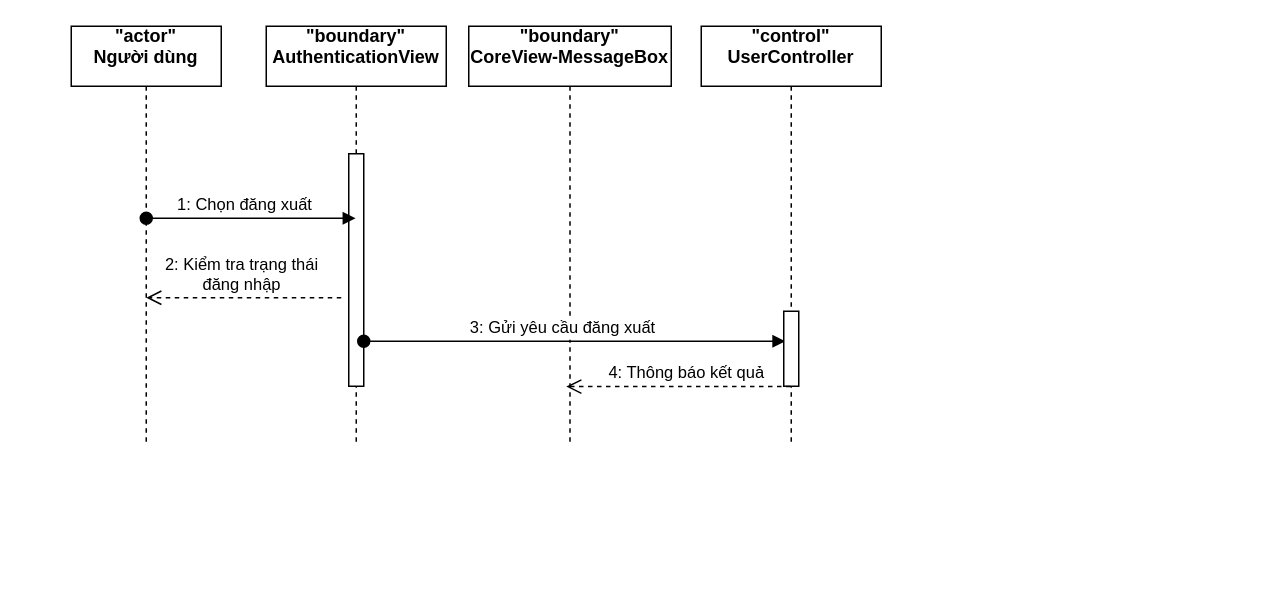
The draw.io diagram Untitled Diagram.drawio in Thanh0803/ns3-project, before the edit. Source tidied: cells renumbered, new cells numbered last; positions are measured from the earlier drawing's top-left corner, leaving out a move shared by most shapes. Both pictures are drawn from the tidied source at 150%, with x=0, y=0 at pixel (70, 26).
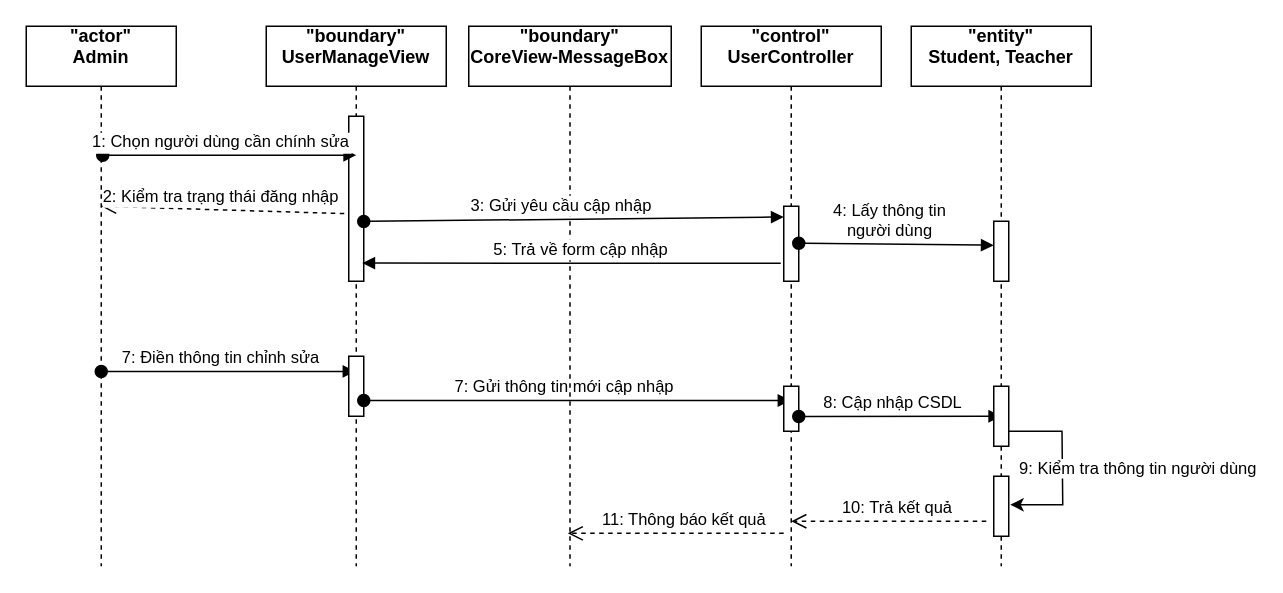
The same page after the edit.

Commit message:
ching sua nguoi dung.drawio

The edit, as a diff of the source:
```diff
@@
-    <mxCell id="2" value="&quot;actor&quot;&#10;Người dùng&#10;" style="shape=umlLifeline;perimeter=lifelinePerimeter;rounded=0;shadow=0;strokeWidth=1;fontStyle=1;" parent="1" vertex="1">
-      <mxGeometry width="100" height="280" as="geometry" />
+    <mxCell id="2" value="&quot;actor&quot;&#10;Admin&#10;" style="shape=umlLifeline;perimeter=lifelinePerimeter;rounded=0;shadow=0;strokeWidth=1;fontStyle=1;" parent="1" vertex="1">
+      <mxGeometry x="-30" width="100" height="360" as="geometry" />
     </mxCell>
+    <mxCell id="11" value="2: Kiểm tra trạng thái đăng nhập" style="verticalAlign=bottom;endArrow=open;dashed=1;endSize=8;shadow=0;strokeWidth=1;exitX=-0.3;exitY=0.59;exitDx=0;exitDy=0;exitPerimeter=0;" parent="2" edge="1" source="4">
+      <mxGeometry x="0.01" relative="1" as="geometry">
+        <mxPoint x="50" y="120" as="targetPoint" />
+      </mxGeometry>
+    </mxCell>
+    <mxCell id="12" value="7: Điền thông tin chỉnh sửa" style="verticalAlign=bottom;startArrow=oval;endArrow=block;startSize=8;shadow=0;strokeWidth=1;exitX=0.49;exitY=0.269;exitDx=0;exitDy=0;exitPerimeter=0;" parent="2" edge="1" target="3">
+      <mxGeometry x="-0.06" relative="1" as="geometry">
+        <mxPoint x="50" y="230.1" as="sourcePoint" />
+      </mxGeometry>
+    </mxCell>
-    <mxCell id="3" value="&quot;boundary&quot;&#10;AuthenticationView&#10;" style="shape=umlLifeline;perimeter=lifelinePerimeter;rounded=0;shadow=0;strokeWidth=1;fontStyle=1;" parent="1" vertex="1">
-      <mxGeometry x="130" width="120" height="280" as="geometry" />
+    <mxCell id="3" value="&quot;boundary&quot;&#10;UserManageView&#10;" style="shape=umlLifeline;perimeter=lifelinePerimeter;rounded=0;shadow=0;strokeWidth=1;fontStyle=1;" parent="1" vertex="1">
+      <mxGeometry x="130" width="120" height="360" as="geometry" />
     </mxCell>
     <mxCell id="4" style="points=[];perimeter=orthogonalPerimeter;rounded=0;shadow=0;strokeWidth=1;" parent="3" vertex="1">
-      <mxGeometry x="55" y="85" width="10" height="155" as="geometry" />
+      <mxGeometry x="55" y="60" width="10" height="110" as="geometry" />
     </mxCell>
+    <mxCell id="13" style="perimeter=orthogonalPerimeter;rounded=0;shadow=0;strokeWidth=1;" parent="3" vertex="1">
+      <mxGeometry x="55" y="220" width="10" height="40" as="geometry" />
+    </mxCell>
+    <mxCell id="14" value="7: Gửi thông tin mới cập nhập" style="verticalAlign=bottom;startArrow=oval;endArrow=block;startSize=8;shadow=0;strokeWidth=1;exitX=0.49;exitY=0.269;exitDx=0;exitDy=0;exitPerimeter=0;" parent="3" edge="1" target="7">
+      <mxGeometry x="-0.06" relative="1" as="geometry">
+        <mxPoint x="65" y="249.5" as="sourcePoint" />
+      </mxGeometry>
+    </mxCell>
     <mxCell id="5" value="&quot;boundary&quot;&#10;CoreView-MessageBox&#10;" style="shape=umlLifeline;perimeter=lifelinePerimeter;rounded=0;shadow=0;strokeWidth=1;fontStyle=1;" parent="1" vertex="1">
-      <mxGeometry x="265" width="135" height="280" as="geometry" />
+      <mxGeometry x="265" width="135" height="360" as="geometry" />
     </mxCell>
-    <mxCell id="6" value="3: Gửi yêu cầu đăng xuất" style="verticalAlign=bottom;startArrow=oval;endArrow=block;startSize=8;shadow=0;strokeWidth=1;entryX=0.1;entryY=0.4;entryDx=0;entryDy=0;entryPerimeter=0;" parent="5" edge="1" target="8">
-      <mxGeometry x="-0.05" relative="1" as="geometry">
-        <mxPoint x="-70" y="210" as="sourcePoint" />
-        <Array as="points">
-          <mxPoint x="40" y="210" />
-        </Array>
-      </mxGeometry>
-    </mxCell>
+    <mxCell id="15" value="3: Gửi yêu cầu cập nhập" style="verticalAlign=bottom;startArrow=oval;endArrow=block;startSize=8;shadow=0;strokeWidth=1;exitX=0.49;exitY=0.269;exitDx=0;exitDy=0;exitPerimeter=0;entryX=0;entryY=0.143;entryDx=0;entryDy=0;entryPerimeter=0;" parent="5" edge="1" target="16">
+      <mxGeometry x="-0.06" relative="1" as="geometry">
+        <mxPoint x="-70" y="130.1" as="sourcePoint" />
+      </mxGeometry>
+    </mxCell>
     <mxCell id="7" value="&quot;control&quot;&#10;UserController&#10;" style="shape=umlLifeline;perimeter=lifelinePerimeter;rounded=0;shadow=0;strokeWidth=1;fontStyle=1;" parent="1" vertex="1">
-      <mxGeometry x="420" width="120" height="280" as="geometry" />
+      <mxGeometry x="420" width="120" height="360" as="geometry" />
     </mxCell>
     <mxCell id="8" style="points=[];perimeter=orthogonalPerimeter;rounded=0;shadow=0;strokeWidth=1;" parent="7" vertex="1">
-      <mxGeometry x="55" y="190" width="10" height="50" as="geometry" />
+      <mxGeometry x="55" y="240" width="10" height="30" as="geometry" />
     </mxCell>
-    <mxCell id="9" value="4: Thông báo kết quả" style="verticalAlign=bottom;endArrow=open;dashed=1;endSize=8;shadow=0;strokeWidth=1;entryX=0.51;entryY=0.453;entryDx=0;entryDy=0;entryPerimeter=0;" parent="7" edge="1" source="7">
-      <mxGeometry x="-0.07" relative="1" as="geometry">
-        <mxPoint x="-90" y="240.2" as="targetPoint" />
-        <mxPoint x="1" as="offset" />
-      </mxGeometry>
-    </mxCell>
+    <mxCell id="16" style="points=[];perimeter=orthogonalPerimeter;rounded=0;shadow=0;strokeWidth=1;" parent="7" vertex="1">
+      <mxGeometry x="55" y="120" width="10" height="50" as="geometry" />
+    </mxCell>
+    <mxCell id="17" value="4: Lấy thông tin &#10;người dùng" style="verticalAlign=bottom;startArrow=oval;endArrow=block;startSize=8;shadow=0;strokeWidth=1;exitX=0.51;exitY=0.239;exitDx=0;exitDy=0;exitPerimeter=0;entryX=0;entryY=0.4;entryDx=0;entryDy=0;entryPerimeter=0;" parent="7" edge="1" target="25">
+      <mxGeometry x="-0.06" relative="1" as="geometry">
+        <mxPoint x="65" y="144.6" as="sourcePoint" />
+      </mxGeometry>
+    </mxCell>
+    <mxCell id="18" value="8: Cập nhập CSDL" style="verticalAlign=bottom;startArrow=oval;endArrow=block;startSize=8;shadow=0;strokeWidth=1;exitX=0.49;exitY=0.269;exitDx=0;exitDy=0;exitPerimeter=0;" parent="7" edge="1">
+      <mxGeometry x="-0.06" relative="1" as="geometry">
+        <mxPoint x="65" y="260.1" as="sourcePoint" />
+        <mxPoint x="200" y="260" as="targetPoint" />
+      </mxGeometry>
+    </mxCell>
-    <mxCell id="10" value="1: Chọn đăng xuất" style="verticalAlign=bottom;startArrow=oval;endArrow=block;startSize=8;shadow=0;strokeWidth=1;" parent="1" edge="1" target="3">
-      <mxGeometry x="-0.06" relative="1" as="geometry">
-        <mxPoint x="50" y="128" as="sourcePoint" />
-        <Array as="points">
-          <mxPoint x="160" y="128" />
-        </Array>
-      </mxGeometry>
+    <mxCell id="10" value="1: Chọn người dùng cần chính sửa" style="verticalAlign=bottom;startArrow=oval;endArrow=block;startSize=8;shadow=0;strokeWidth=1;exitX=0.51;exitY=0.239;exitDx=0;exitDy=0;exitPerimeter=0;entryX=0.5;entryY=0.236;entryDx=0;entryDy=0;entryPerimeter=0;" parent="1" edge="1" source="2" target="4">
+      <mxGeometry x="-0.06" relative="1" as="geometry" />
     </mxCell>
-    <mxCell id="11" value="2: Kiểm tra trạng thái &#10;đăng nhập" style="verticalAlign=bottom;endArrow=open;dashed=1;endSize=8;shadow=0;strokeWidth=1;" parent="1" edge="1">
-      <mxGeometry x="0.01" relative="1" as="geometry">
-        <mxPoint x="180" y="181" as="sourcePoint" />
-        <mxPoint x="50" y="181" as="targetPoint" />
-      </mxGeometry>
-    </mxCell>
+    <mxCell id="19" value="&quot;entity&quot;&#10;Student, Teacher&#10;" style="shape=umlLifeline;perimeter=lifelinePerimeter;rounded=0;shadow=0;strokeWidth=1;fontStyle=1;" parent="1" vertex="1">
+      <mxGeometry x="560" width="120" height="360" as="geometry" />
+    </mxCell>
+    <mxCell id="20" style="perimeter=orthogonalPerimeter;rounded=0;shadow=0;strokeWidth=1;" parent="19" vertex="1">
+      <mxGeometry x="55" y="240" width="10" height="40" as="geometry" />
+    </mxCell>
+    <mxCell id="21" style="points=[];perimeter=orthogonalPerimeter;rounded=0;shadow=0;strokeWidth=1;" parent="19" vertex="1">
+      <mxGeometry x="55" y="300" width="10" height="40" as="geometry" />
+    </mxCell>
+    <mxCell id="22" style="endArrow=classic;html=1;rounded=0;entryX=1.1;entryY=0.475;entryDx=0;entryDy=0;entryPerimeter=0;" parent="19" edge="1" target="21">
+      <mxGeometry relative="1" as="geometry">
+        <mxPoint x="65" y="270" as="sourcePoint" />
+        <Array as="points">
+          <mxPoint x="100.5" y="270" />
+          <mxPoint x="101" y="319" />
+        </Array>
+      </mxGeometry>
+    </mxCell>
+    <mxCell id="23" value="9: Kiểm tra thông tin người dùng" style="edgeLabel;html=1;align=center;verticalAlign=middle;" parent="22" vertex="1">
+      <mxGeometry relative="1" as="geometry">
+        <mxPoint x="50" as="offset" />
+      </mxGeometry>
+    </mxCell>
+    <mxCell id="24" value="10: Trả kết quả" style="verticalAlign=bottom;endArrow=open;dashed=1;endSize=8;shadow=0;strokeWidth=1;" parent="19" edge="1">
+      <mxGeometry x="-0.07" relative="1" as="geometry">
+        <mxPoint x="50" y="330" as="sourcePoint" />
+        <mxPoint x="-80" y="330" as="targetPoint" />
+        <mxPoint x="1" as="offset" />
+      </mxGeometry>
+    </mxCell>
+    <mxCell id="25" style="points=[];perimeter=orthogonalPerimeter;rounded=0;shadow=0;strokeWidth=1;" parent="19" vertex="1">
+      <mxGeometry x="55" y="130" width="10" height="40" as="geometry" />
+    </mxCell>
+    <mxCell id="6" value="5: Trả về form cập nhập" style="verticalAlign=bottom;startArrow=none;endArrow=block;startSize=8;shadow=0;strokeWidth=1;entryX=0.9;entryY=0.89;entryDx=0;entryDy=0;entryPerimeter=0;exitX=-0.2;exitY=0.76;exitDx=0;exitDy=0;exitPerimeter=0;" parent="1" edge="1" source="16" target="4">
+      <mxGeometry x="-0.05" relative="1" as="geometry" />
+    </mxCell>
+    <mxCell id="26" value="11: Thông báo kết quả" style="verticalAlign=bottom;endArrow=open;dashed=1;endSize=8;shadow=0;strokeWidth=1;entryX=0.489;entryY=0.939;entryDx=0;entryDy=0;entryPerimeter=0;exitX=0.458;exitY=0.939;exitDx=0;exitDy=0;exitPerimeter=0;" parent="1" edge="1" source="7" target="5">
+      <mxGeometry x="-0.07" relative="1" as="geometry">
+        <mxPoint x="1" as="offset" />
+      </mxGeometry>
+    </mxCell>
```
